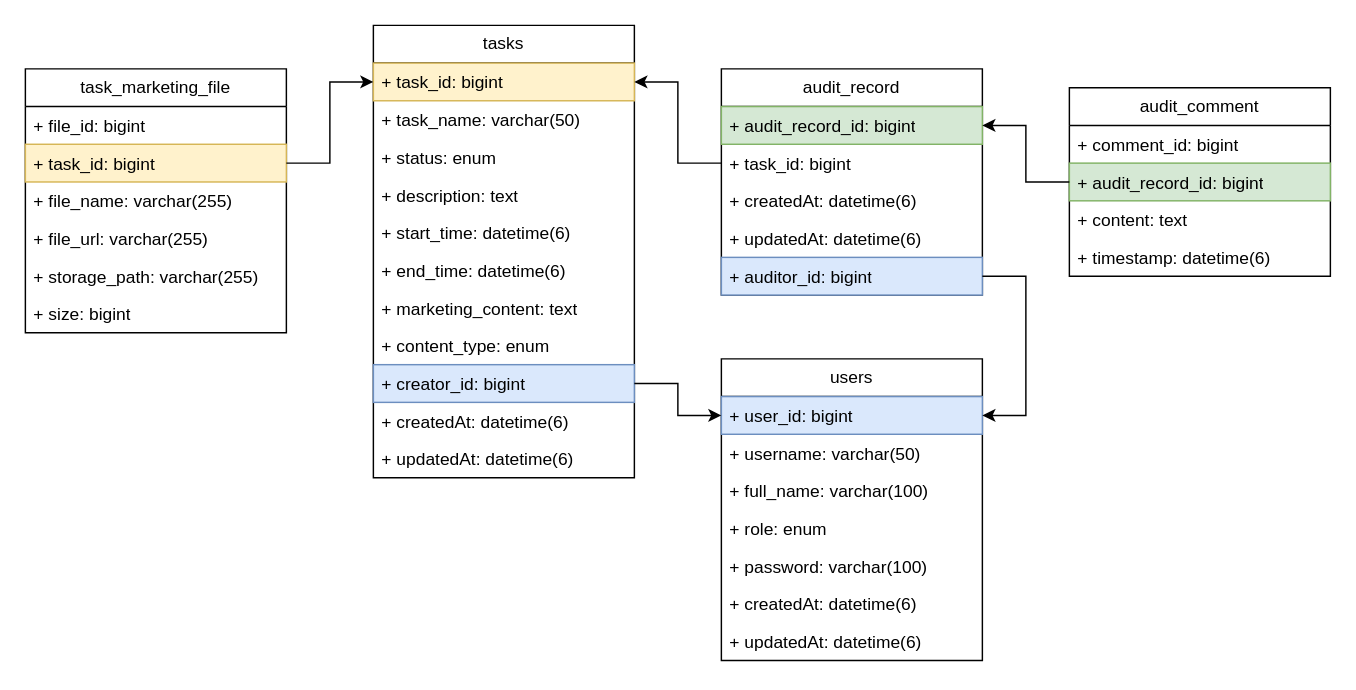
This is GH大作业.drawio from weyg0/Diagrams, a draw.io file, before an edit. Source tidied: cells renumbered, new cells numbered last; positions are measured from the earlier drawing's top-left corner, leaving out a move shared by most shapes. Both pictures are drawn from the tidied source at 145%, with x=0, y=0 at pixel (25, 25).
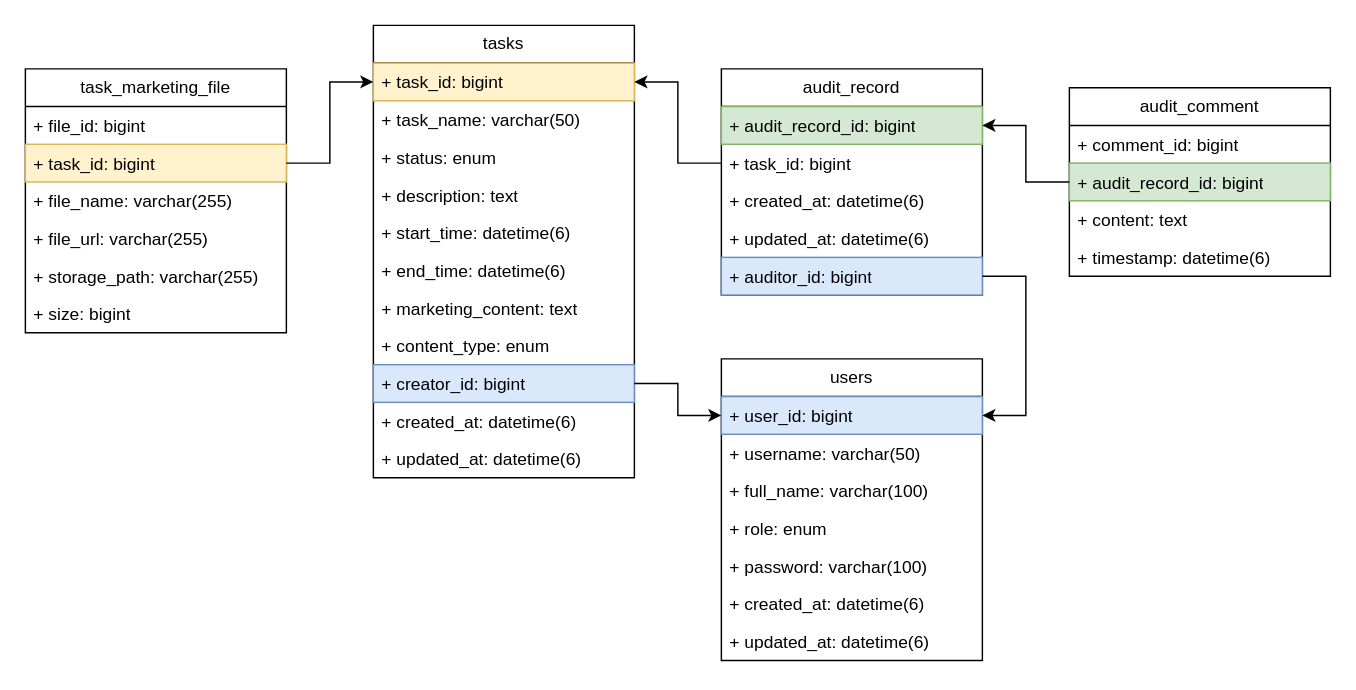
After the change.

Commit message:
更新GH大作业.drawio

The change refers to these unchanged cells:
```xml
<mxCell id="2" value="tasks" style="swimlane;fontStyle=0;horizontal=1;startSize=26;fillColor=none;whiteSpace=wrap;html=1;" parent="1" vertex="1">
  <mxGeometry x="240" width="180" height="312" as="geometry" />
</mxCell>
<mxCell id="21" value="audit_record" style="swimlane;fontStyle=0;horizontal=1;startSize=26;fillColor=none;whiteSpace=wrap;html=1;" parent="1" vertex="1">
  <mxGeometry x="480" y="30" width="180" height="156" as="geometry" />
</mxCell>
<mxCell id="27" value="users" style="swimlane;fontStyle=0;horizontal=1;startSize=26;fillColor=none;whiteSpace=wrap;html=1;" parent="1" vertex="1">
  <mxGeometry x="480" y="230" width="180" height="208" as="geometry" />
</mxCell>
```

Diff of the diagram source:
```diff
@@
-    <mxCell id="12" value="+ createdAt: datetime(6)" style="text;strokeColor=none;fillColor=none;align=left;verticalAlign=top;spacingLeft=4;spacingRight=4;overflow=hidden;whiteSpace=wrap;html=1;" parent="2" vertex="1">
+    <mxCell id="12" value="+ created_at: datetime(6)" style="text;strokeColor=none;fillColor=none;align=left;verticalAlign=top;spacingLeft=4;spacingRight=4;overflow=hidden;whiteSpace=wrap;html=1;" parent="2" vertex="1">
       <mxGeometry y="260" width="180" height="26" as="geometry" />
     </mxCell>
-    <mxCell id="13" value="+ updatedAt: datetime(6)" style="text;strokeColor=none;fillColor=none;align=left;verticalAlign=top;spacingLeft=4;spacingRight=4;overflow=hidden;whiteSpace=wrap;html=1;" parent="2" vertex="1">
+    <mxCell id="13" value="+ updated_at: datetime(6)" style="text;strokeColor=none;fillColor=none;align=left;verticalAlign=top;spacingLeft=4;spacingRight=4;overflow=hidden;whiteSpace=wrap;html=1;" parent="2" vertex="1">
       <mxGeometry y="286" width="180" height="26" as="geometry" />
     </mxCell>
@@
-    <mxCell id="24" value="+ createdAt: datetime(6)" style="text;strokeColor=none;fillColor=none;align=left;verticalAlign=top;spacingLeft=4;spacingRight=4;overflow=hidden;whiteSpace=wrap;html=1;" parent="21" vertex="1">
+    <mxCell id="24" value="+ created_at: datetime(6)" style="text;strokeColor=none;fillColor=none;align=left;verticalAlign=top;spacingLeft=4;spacingRight=4;overflow=hidden;whiteSpace=wrap;html=1;" parent="21" vertex="1">
       <mxGeometry y="78" width="180" height="26" as="geometry" />
     </mxCell>
-    <mxCell id="25" value="+ updatedAt: datetime(6)" style="text;strokeColor=none;fillColor=none;align=left;verticalAlign=top;spacingLeft=4;spacingRight=4;overflow=hidden;whiteSpace=wrap;html=1;" parent="21" vertex="1">
+    <mxCell id="25" value="+ updated_at: datetime(6)" style="text;strokeColor=none;fillColor=none;align=left;verticalAlign=top;spacingLeft=4;spacingRight=4;overflow=hidden;whiteSpace=wrap;html=1;" parent="21" vertex="1">
       <mxGeometry y="104" width="180" height="26" as="geometry" />
     </mxCell>
@@
-    <mxCell id="33" value="+ createdAt: datetime(6)" style="text;strokeColor=none;fillColor=none;align=left;verticalAlign=top;spacingLeft=4;spacingRight=4;overflow=hidden;whiteSpace=wrap;html=1;" parent="27" vertex="1">
+    <mxCell id="33" value="+ created_at: datetime(6)" style="text;strokeColor=none;fillColor=none;align=left;verticalAlign=top;spacingLeft=4;spacingRight=4;overflow=hidden;whiteSpace=wrap;html=1;" parent="27" vertex="1">
       <mxGeometry y="156" width="180" height="26" as="geometry" />
     </mxCell>
-    <mxCell id="34" value="+ updatedAt: datetime(6)" style="text;strokeColor=none;fillColor=none;align=left;verticalAlign=top;spacingLeft=4;spacingRight=4;overflow=hidden;whiteSpace=wrap;html=1;" parent="27" vertex="1">
+    <mxCell id="34" value="+ updated_at: datetime(6)" style="text;strokeColor=none;fillColor=none;align=left;verticalAlign=top;spacingLeft=4;spacingRight=4;overflow=hidden;whiteSpace=wrap;html=1;" parent="27" vertex="1">
       <mxGeometry y="182" width="180" height="26" as="geometry" />
     </mxCell>
```
